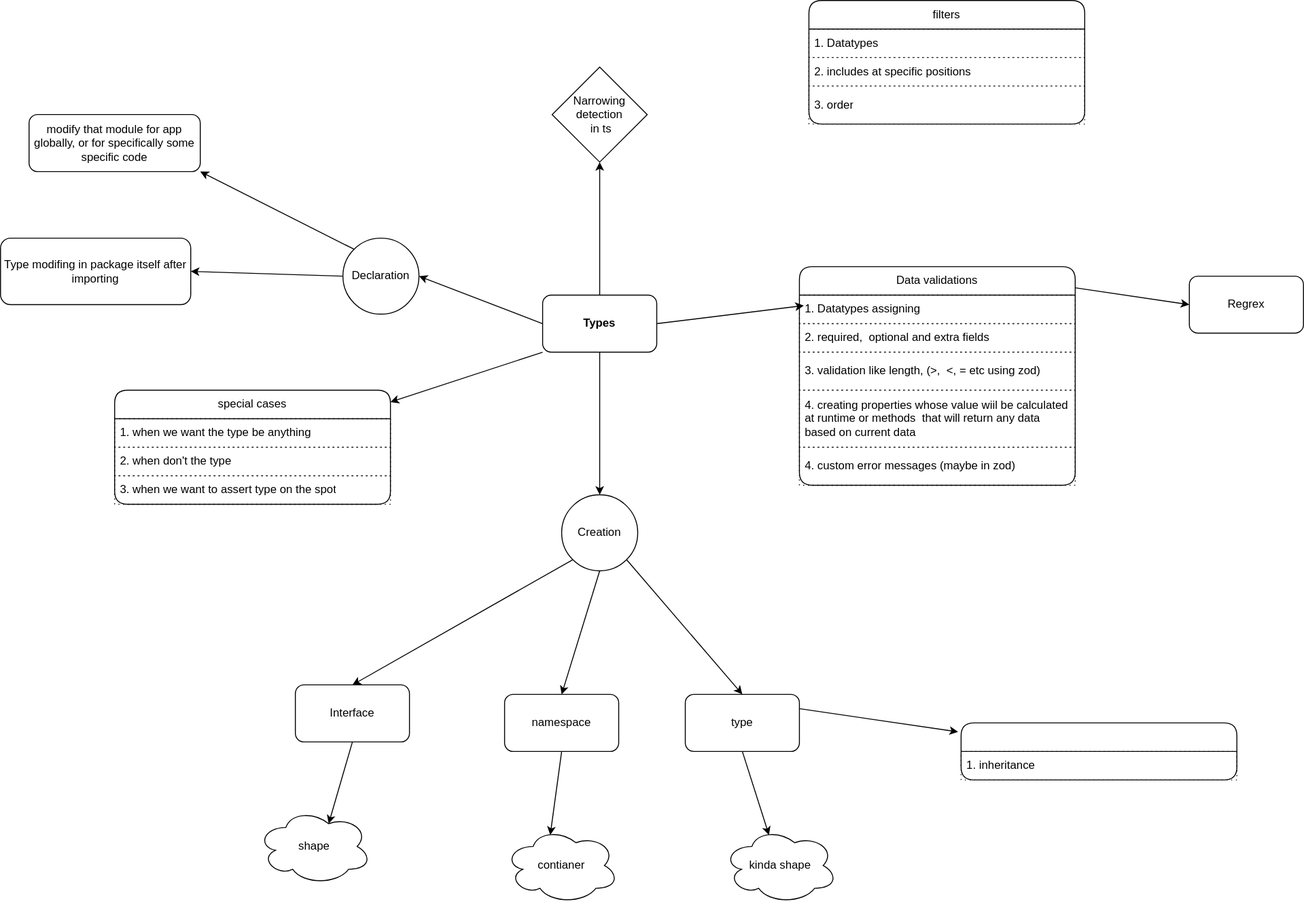
Before: programming-langs/types.svg, a diagram exported from draw.io (knpvt5/Programming-Concepts). Source tidied: cells renumbered, new cells last; positions are measured from the earlier drawing's top-left corner, leaving out a move shared by most shapes.
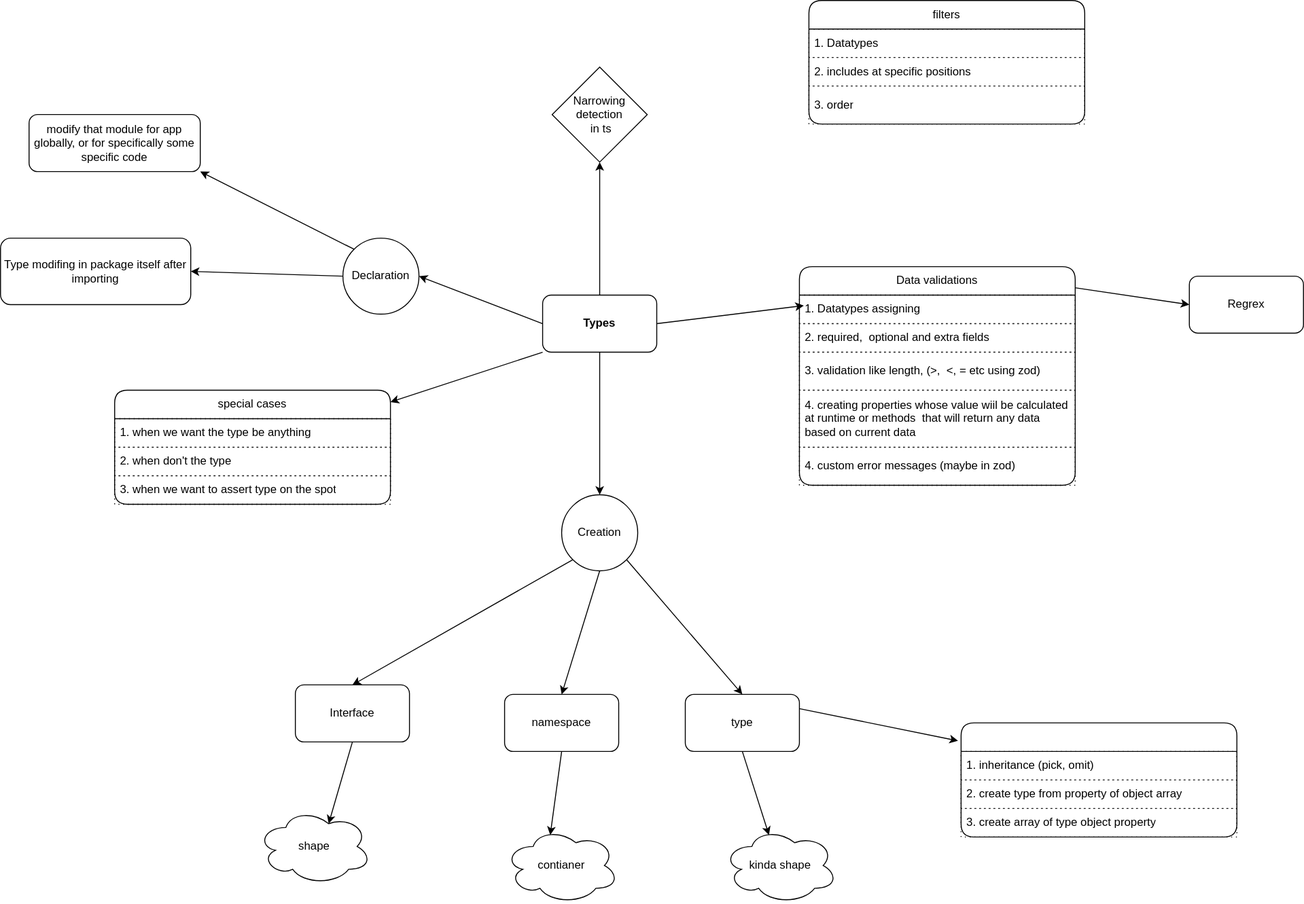
Above is the later version.

What changed in the source:
```diff
@@ -111,11 +111,17 @@
       <mxGeometry y="90" width="290" height="30" as="geometry" />
     </mxCell>
     <mxCell id="38" style="swimlane;fontStyle=0;horizontal=1;startSize=30;whiteSpace=wrap;html=1;rounded=1;" parent="1" vertex="1">
-      <mxGeometry x="1010" y="760" width="290" height="60" as="geometry" />
+      <mxGeometry x="1010" y="760" width="290" height="120" as="geometry" />
     </mxCell>
-    <mxCell id="39" value="1. inheritance" style="text;strokeColor=default;fillColor=none;align=left;verticalAlign=middle;spacingLeft=4;spacingRight=4;overflow=hidden;whiteSpace=wrap;html=1;dashed=1;dashPattern=1 4;" parent="38" vertex="1">
+    <mxCell id="39" value="1. inheritance (pick, omit)" style="text;strokeColor=default;fillColor=none;align=left;verticalAlign=middle;spacingLeft=4;spacingRight=4;overflow=hidden;whiteSpace=wrap;html=1;dashed=1;dashPattern=1 4;" parent="38" vertex="1">
       <mxGeometry y="30" width="290" height="30" as="geometry" />
     </mxCell>
+    <mxCell id="46" value="2. create type from property of object array" style="text;strokeColor=default;fillColor=none;align=left;verticalAlign=middle;spacingLeft=4;spacingRight=4;overflow=hidden;whiteSpace=wrap;html=1;dashed=1;dashPattern=1 4;" parent="38" vertex="1">
+      <mxGeometry y="60" width="290" height="30" as="geometry" />
+    </mxCell>
+    <mxCell id="47" value="3. create array of type object property" style="text;strokeColor=default;fillColor=none;align=left;verticalAlign=middle;spacingLeft=4;spacingRight=4;overflow=hidden;whiteSpace=wrap;html=1;dashed=1;dashPattern=1 4;" parent="38" vertex="1">
+      <mxGeometry y="90" width="290" height="30" as="geometry" />
+    </mxCell>
     <mxCell id="40" value="filters" style="swimlane;fontStyle=0;horizontal=1;startSize=30;whiteSpace=wrap;html=1;rounded=1;" parent="1" vertex="1">
       <mxGeometry x="850" width="290" height="130" as="geometry" />
     </mxCell>
```
